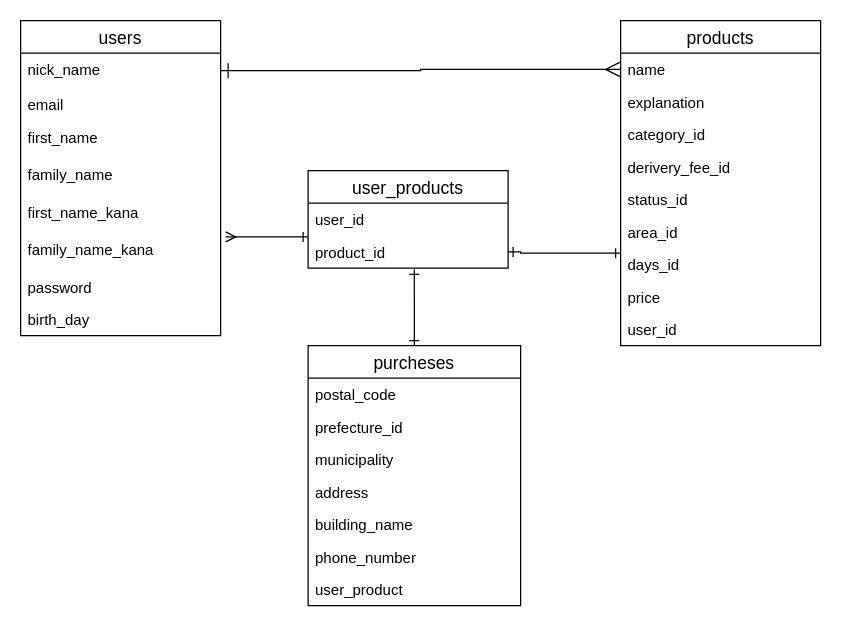
This is er.dio from kiiii8r/furima_29728, a draw.io file, before an edit. Source tidied: cells renumbered, new cells numbered last; positions are measured from the earlier drawing's top-left corner, leaving out a move shared by most shapes. Both pictures are drawn from the tidied source at 125%, with x=0, y=0 at pixel (20, 20).
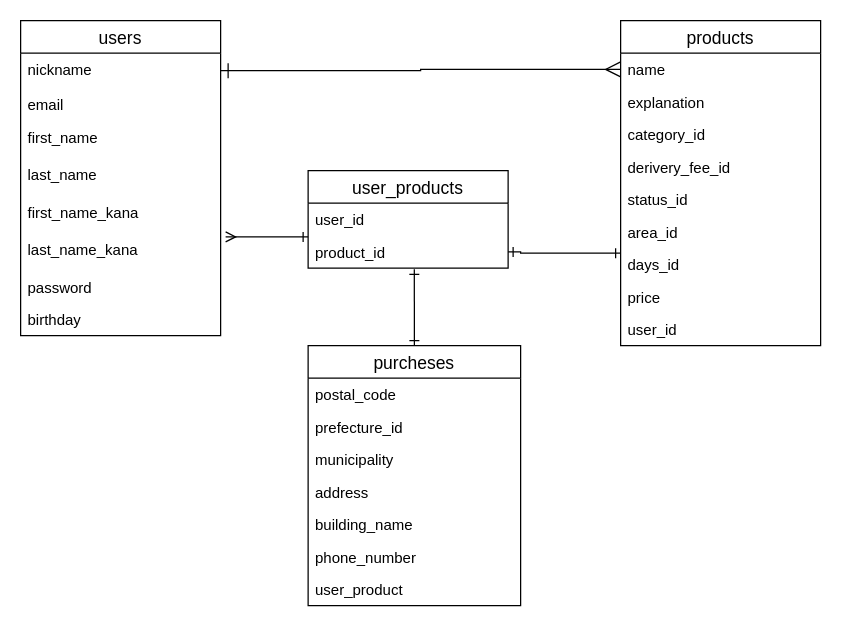
Above is the later version.

Unchanged cells that the change refers to:
```xml
<mxCell id="12" value="users" style="swimlane;fontStyle=0;horizontal=1;startSize=26;align=center;fontSize=14;" parent="1" vertex="1">
  <mxGeometry width="160" height="252" as="geometry" />
</mxCell>
```

Change to the diagram source:
```diff
@@
-    <mxCell id="13" value="nick_name" style="text;strokeColor=none;fillColor=none;spacingLeft=4;spacingRight=4;overflow=hidden;points=[[0,0.5],[1,0.5]];portConstraint=eastwest;fontSize=12;" parent="12" vertex="1">
+    <mxCell id="13" value="nickname" style="text;strokeColor=none;fillColor=none;spacingLeft=4;spacingRight=4;overflow=hidden;points=[[0,0.5],[1,0.5]];portConstraint=eastwest;fontSize=12;" parent="12" vertex="1">
       <mxGeometry y="26" width="160" height="28" as="geometry" />
     </mxCell>
@@
-    <mxCell id="16" value="family_name" style="text;strokeColor=none;fillColor=none;spacingLeft=4;spacingRight=4;overflow=hidden;fontSize=12;" parent="12" vertex="1">
+    <mxCell id="16" value="last_name" style="text;strokeColor=none;fillColor=none;spacingLeft=4;spacingRight=4;overflow=hidden;fontSize=12;" parent="12" vertex="1">
       <mxGeometry y="110" width="160" height="30" as="geometry" />
     </mxCell>
@@
-    <mxCell id="18" value="family_name_kana" style="text;strokeColor=none;fillColor=none;spacingLeft=4;spacingRight=4;overflow=hidden;points=[[0,0.5],[1,0.5]];portConstraint=eastwest;fontSize=12;" parent="12" vertex="1">
+    <mxCell id="18" value="last_name_kana" style="text;strokeColor=none;fillColor=none;spacingLeft=4;spacingRight=4;overflow=hidden;points=[[0,0.5],[1,0.5]];portConstraint=eastwest;fontSize=12;" parent="12" vertex="1">
       <mxGeometry y="170" width="160" height="30" as="geometry" />
     </mxCell>
@@
-    <mxCell id="20" value="birth_day" style="text;strokeColor=none;fillColor=none;spacingLeft=4;spacingRight=4;overflow=hidden;fontSize=12;" parent="12" vertex="1">
+    <mxCell id="20" value="birthday" style="text;strokeColor=none;fillColor=none;spacingLeft=4;spacingRight=4;overflow=hidden;fontSize=12;" parent="12" vertex="1">
       <mxGeometry y="226" width="160" height="26" as="geometry" />
     </mxCell>
```
